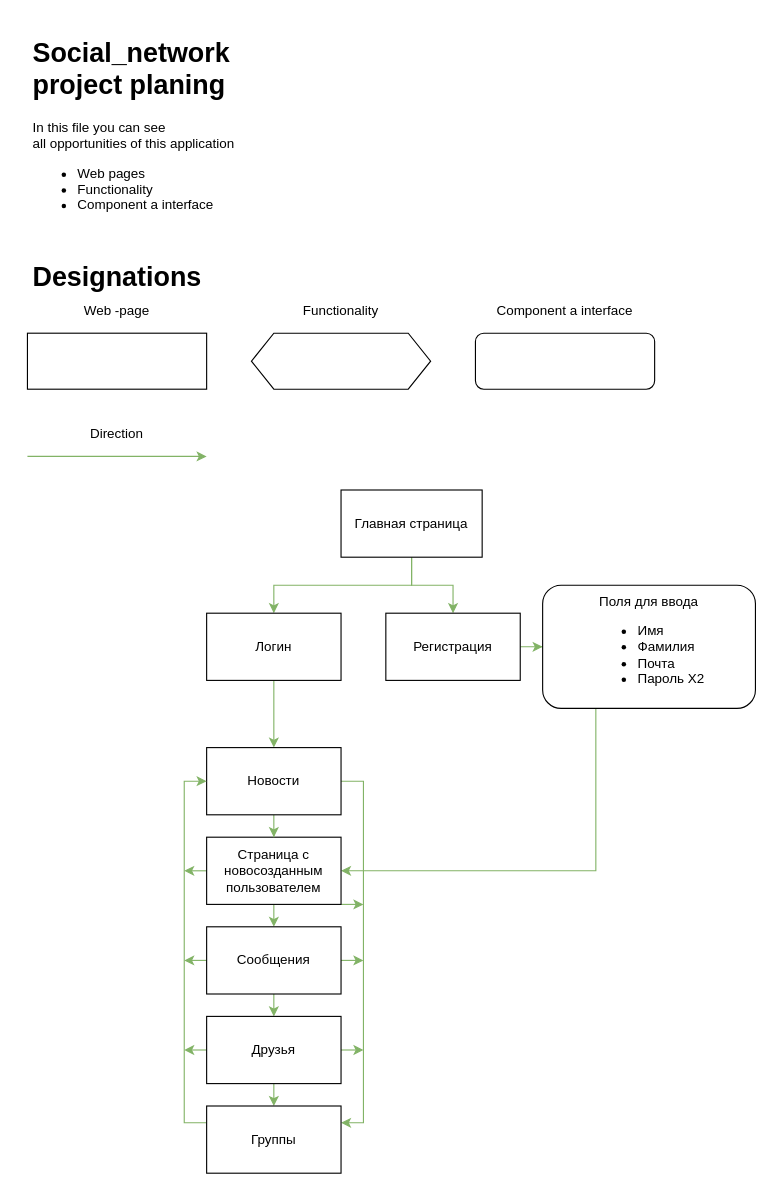
Earlier version of the draw.io diagram page "Pages" (1 of 2) of social_network.drawio (AlekseiKromski/social_network). Source tidied: cells renumbered, new cells numbered last; positions are measured from the earlier drawing's top-left corner, leaving out a move shared by most shapes. Both pictures are drawn from the tidied source at 112%, with x=0, y=0 at pixel (27, 30).
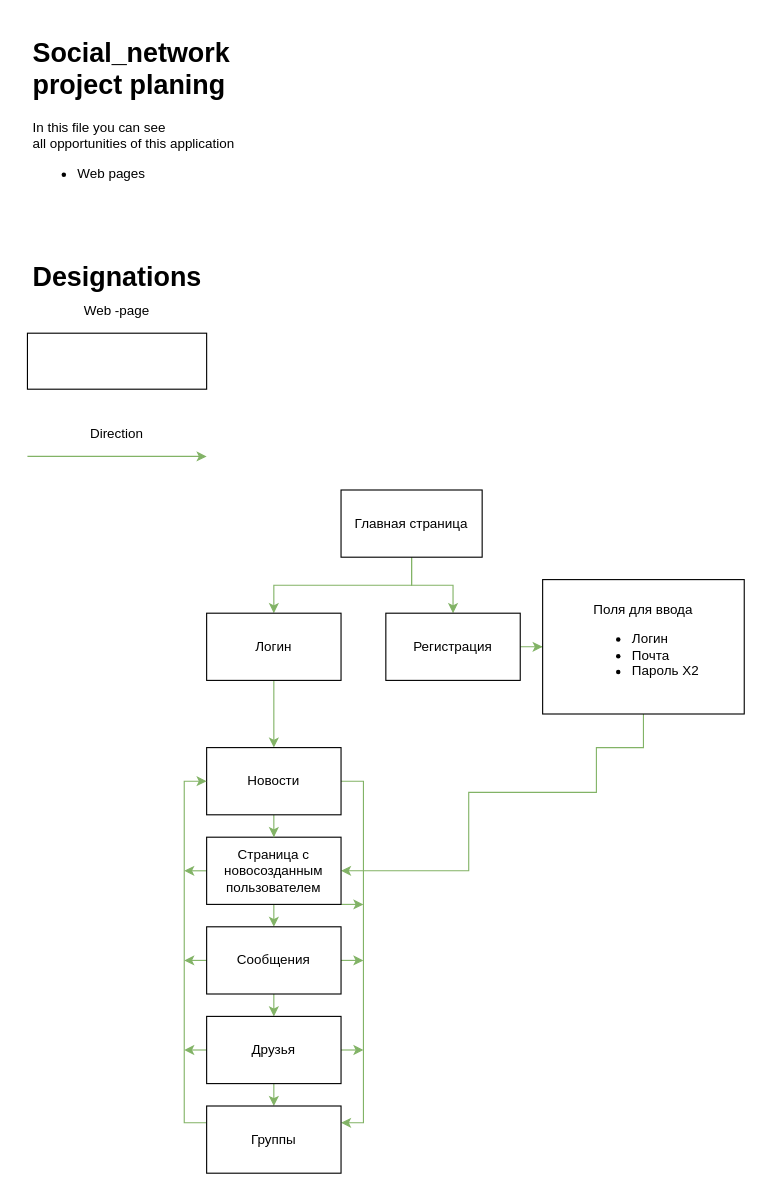
The same diagram, later.

Unchanged cells that the change refers to:
```xml
<mxCell id="8" value="Регистрация" style="rounded=0;whiteSpace=wrap;html=1;" parent="1" vertex="1">
  <mxGeometry x="320" y="520" width="120" height="60" as="geometry" />
</mxCell>
<mxCell id="22" value="Страница с новосозданным пользователем" style="rounded=0;whiteSpace=wrap;html=1;" parent="1" vertex="1">
  <mxGeometry x="160" y="720" width="120" height="60" as="geometry" />
</mxCell>
```

What changed in the source:
```diff
@@
-    <mxCell id="7" style="edgeStyle=orthogonalEdgeStyle;rounded=0;jettySize=auto;html=1;fillColor=#d5e8d4;strokeColor=#82b366;" parent="1" edge="1" source="8" target="18">
+    <mxCell id="7" style="edgeStyle=orthogonalEdgeStyle;rounded=0;jettySize=auto;html=1;fillColor=#d5e8d4;strokeColor=#82b366;entryX=0;entryY=0.5;entryDx=0;entryDy=0;" parent="1" edge="1" source="8" target="38">
       <mxGeometry relative="1" as="geometry" />
     </mxCell>
@@
-    <mxCell id="9" value="&lt;h1&gt;Social_network project planing&lt;/h1&gt;&lt;p&gt;In this file you can see all&amp;nbsp;opportunities of this application&lt;/p&gt;&lt;p&gt;&lt;/p&gt;&lt;ul&gt;&lt;li&gt;Web pages&amp;nbsp;&lt;/li&gt;&lt;li&gt;Functionality&amp;nbsp;&lt;/li&gt;&lt;li&gt;&lt;span style=&quot;text-align: center&quot;&gt;Component a interface&lt;/span&gt;&lt;br&gt;&lt;/li&gt;&lt;/ul&gt;&lt;p&gt;&lt;/p&gt;" style="text;html=1;strokeColor=none;fillColor=none;spacing=5;spacingTop=-20;whiteSpace=wrap;overflow=hidden;rounded=0;" parent="1" vertex="1">
+    <mxCell id="9" value="&lt;h1&gt;Social_network project planing&lt;/h1&gt;&lt;p&gt;In this file you can see all&amp;nbsp;opportunities of this application&lt;/p&gt;&lt;p&gt;&lt;/p&gt;&lt;ul&gt;&lt;li&gt;Web pages&lt;/li&gt;&lt;/ul&gt;&lt;p&gt;&lt;/p&gt;" style="text;html=1;strokeColor=none;fillColor=none;spacing=5;spacingTop=-20;whiteSpace=wrap;overflow=hidden;rounded=0;" parent="1" vertex="1">
       <mxGeometry width="200" height="170" as="geometry" />
     </mxCell>
@@
-    <mxCell id="13" style="rounded=1;whiteSpace=wrap;html=1;" parent="1" vertex="1">
-      <mxGeometry x="400" y="270" width="160" height="50" as="geometry" />
-    </mxCell>
-    <mxCell id="14" value="Functionality" style="text;html=1;strokeColor=none;fillColor=none;align=center;verticalAlign=middle;whiteSpace=wrap;rounded=0;" parent="1" vertex="1">
-      <mxGeometry x="200" y="240" width="160" height="20" as="geometry" />
-    </mxCell>
-    <mxCell id="15" style="shape=hexagon;perimeter=hexagonPerimeter2;whiteSpace=wrap;html=1;fixedSize=1;" parent="1" vertex="1">
-      <mxGeometry x="200" y="270" width="160" height="50" as="geometry" />
-    </mxCell>
-    <mxCell id="16" value="Component a interface" style="text;html=1;strokeColor=none;fillColor=none;align=center;verticalAlign=middle;whiteSpace=wrap;rounded=0;" parent="1" vertex="1">
-      <mxGeometry x="400" y="240" width="160" height="20" as="geometry" />
-    </mxCell>
-    <mxCell id="17" style="edgeStyle=orthogonalEdgeStyle;rounded=0;jettySize=auto;html=1;exitX=0.25;exitY=1;exitDx=0;exitDy=0;entryX=1;entryY=0.5;entryDx=0;entryDy=0;fillColor=#d5e8d4;strokeColor=#82b366;" parent="1" edge="1" source="18" target="22">
-      <mxGeometry relative="1" as="geometry" />
+    <mxCell id="17" style="edgeStyle=orthogonalEdgeStyle;rounded=0;jettySize=auto;html=1;exitX=0.5;exitY=1;exitDx=0;exitDy=0;entryX=1;entryY=0.5;entryDx=0;entryDy=0;fillColor=#d5e8d4;strokeColor=#82b366;" parent="1" edge="1" source="38" target="22">
+      <mxGeometry relative="1" as="geometry">
+        <Array as="points">
+          <mxPoint x="550" y="640" />
+          <mxPoint x="508" y="640" />
+          <mxPoint x="508" y="680" />
+          <mxPoint x="394" y="680" />
+          <mxPoint x="394" y="750" />
+        </Array>
+      </mxGeometry>
     </mxCell>
-    <mxCell id="18" value="Поля для ввода&lt;br&gt;&lt;ul&gt;&lt;li style=&quot;text-align: left&quot;&gt;Имя&lt;/li&gt;&lt;li style=&quot;text-align: left&quot;&gt;Фамилия&lt;/li&gt;&lt;li style=&quot;text-align: left&quot;&gt;Почта&lt;/li&gt;&lt;li style=&quot;text-align: left&quot;&gt;Пароль Х2&lt;/li&gt;&lt;/ul&gt;" style="rounded=1;whiteSpace=wrap;html=1;align=center;" parent="1" vertex="1">
-      <mxGeometry x="460" y="495" width="190" height="110" as="geometry" />
-    </mxCell>
@@
+    <mxCell id="38" value="&lt;span&gt;Поля для ввода&lt;/span&gt;&lt;br&gt;&lt;ul&gt;&lt;li style=&quot;text-align: left&quot;&gt;Логин&lt;/li&gt;&lt;li style=&quot;text-align: left&quot;&gt;Почта&lt;/li&gt;&lt;li style=&quot;text-align: left&quot;&gt;Пароль Х2&lt;/li&gt;&lt;/ul&gt;" style="rounded=0;whiteSpace=wrap;html=1;" parent="1" vertex="1">
+      <mxGeometry x="460" y="490" width="180" height="120" as="geometry" />
+    </mxCell>
```
